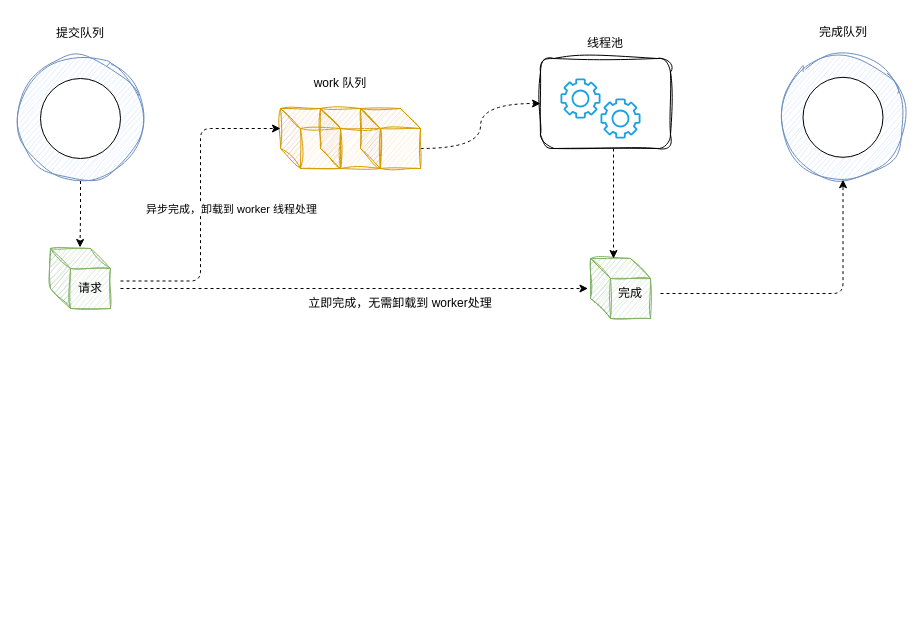
The draw.io diagram io_uring.drawio in rowe0x/blog, before the edit. Source tidied: cells renumbered, new cells numbered last; positions are measured from the earlier drawing's top-left corner, leaving out a move shared by most shapes. Both pictures are drawn from the tidied source at 100%, with x=0, y=0 at pixel (18, 17).
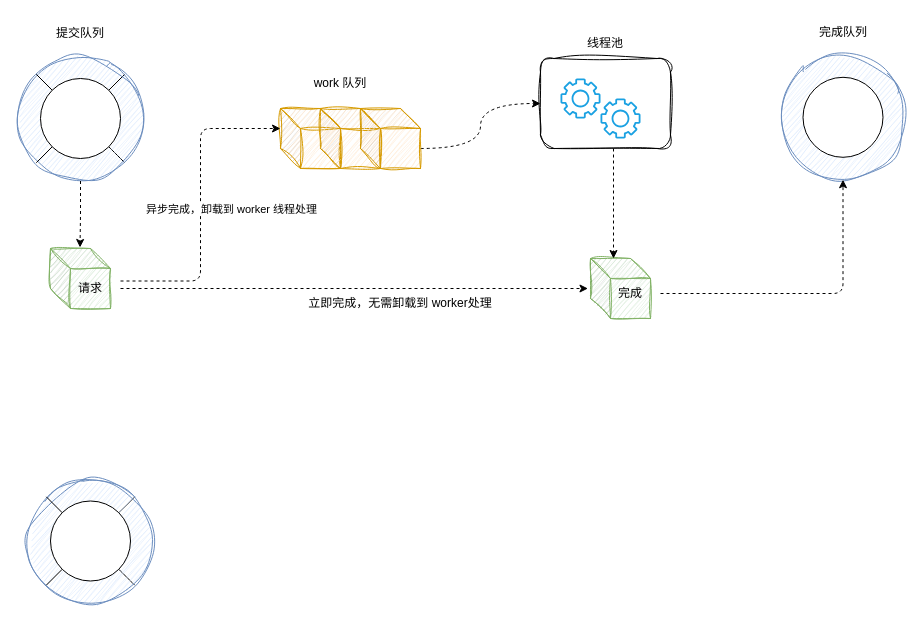
The same page after the edit.

Unchanged cells that the change refers to:
```xml
<mxCell id="3" style="ellipse;whiteSpace=wrap;html=1;fillColor=#dae8fc;strokeColor=#6c8ebf;sketch=1;curveFitting=1;jiggle=2;" parent="1" vertex="1">
  <mxGeometry x="-0.5" y="38.5" width="125" height="125" as="geometry" />
</mxCell>
<mxCell id="4" style="ellipse;whiteSpace=wrap;html=1;" parent="1" vertex="1">
  <mxGeometry x="22" y="61" width="80" height="80" as="geometry" />
</mxCell>
```

Diff of the diagram source:
```diff
@@
+    <mxCell id="28" style="rounded=0;jettySize=auto;html=1;exitX=1;exitY=0;exitDx=0;exitDy=0;entryX=1;entryY=0;entryDx=0;entryDy=0;endArrow=none;endFill=0;" parent="1" edge="1" source="3" target="4">
+      <mxGeometry relative="1" as="geometry" />
+    </mxCell>
+    <mxCell id="29" style="rounded=0;jettySize=auto;html=1;exitX=1;exitY=1;exitDx=0;exitDy=0;entryX=1;entryY=1;entryDx=0;entryDy=0;endArrow=none;endFill=0;" parent="1" edge="1" source="3" target="4">
+      <mxGeometry relative="1" as="geometry" />
+    </mxCell>
@@
+    <mxCell id="30" style="rounded=0;jettySize=auto;html=1;exitX=0;exitY=1;exitDx=0;exitDy=0;entryX=0;entryY=1;entryDx=0;entryDy=0;endArrow=none;endFill=0;" parent="1" edge="1" source="4" target="3">
+      <mxGeometry relative="1" as="geometry" />
+    </mxCell>
+    <mxCell id="31" style="rounded=0;jettySize=auto;html=1;exitX=0;exitY=0;exitDx=0;exitDy=0;entryX=0;entryY=0;entryDx=0;entryDy=0;endArrow=none;endFill=0;" parent="1" edge="1" source="4" target="3">
+      <mxGeometry relative="1" as="geometry" />
+    </mxCell>
@@
+    <mxCell id="32" style="rounded=0;jettySize=auto;html=1;exitX=1;exitY=0;exitDx=0;exitDy=0;entryX=1;entryY=0;entryDx=0;entryDy=0;endArrow=none;endFill=0;" parent="1" edge="1" source="34" target="37">
+      <mxGeometry relative="1" as="geometry" />
+    </mxCell>
+    <mxCell id="33" style="rounded=0;jettySize=auto;html=1;exitX=1;exitY=1;exitDx=0;exitDy=0;entryX=1;entryY=1;entryDx=0;entryDy=0;endArrow=none;endFill=0;" parent="1" edge="1" source="34" target="37">
+      <mxGeometry relative="1" as="geometry" />
+    </mxCell>
+    <mxCell id="34" style="ellipse;whiteSpace=wrap;html=1;fillColor=#dae8fc;strokeColor=#6c8ebf;sketch=1;curveFitting=1;jiggle=2;" parent="1" vertex="1">
+      <mxGeometry x="9.5" y="461" width="125" height="125" as="geometry" />
+    </mxCell>
+    <mxCell id="35" style="rounded=0;jettySize=auto;html=1;exitX=0;exitY=1;exitDx=0;exitDy=0;entryX=0;entryY=1;entryDx=0;entryDy=0;endArrow=none;endFill=0;" parent="1" edge="1" source="37" target="34">
+      <mxGeometry relative="1" as="geometry" />
+    </mxCell>
+    <mxCell id="36" style="rounded=0;jettySize=auto;html=1;exitX=0;exitY=0;exitDx=0;exitDy=0;entryX=0;entryY=0;entryDx=0;entryDy=0;endArrow=none;endFill=0;" parent="1" edge="1" source="37" target="34">
+      <mxGeometry relative="1" as="geometry" />
+    </mxCell>
+    <mxCell id="37" style="ellipse;whiteSpace=wrap;html=1;" parent="1" vertex="1">
+      <mxGeometry x="32" y="483.5" width="80" height="80" as="geometry" />
+    </mxCell>
```
